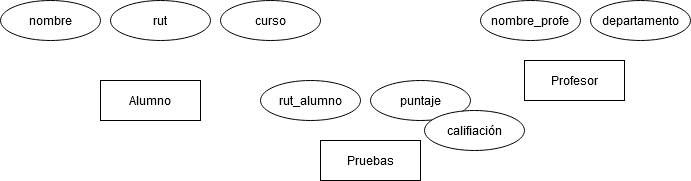
This is Caso2_modelos.png from gilibethvega/modelamiento_de_datos, a draw.io export, as it was before one commit. Source tidied: cells renumbered, new cells last; positions are measured from the earlier drawing's top-left corner, leaving out a move shared by most shapes.
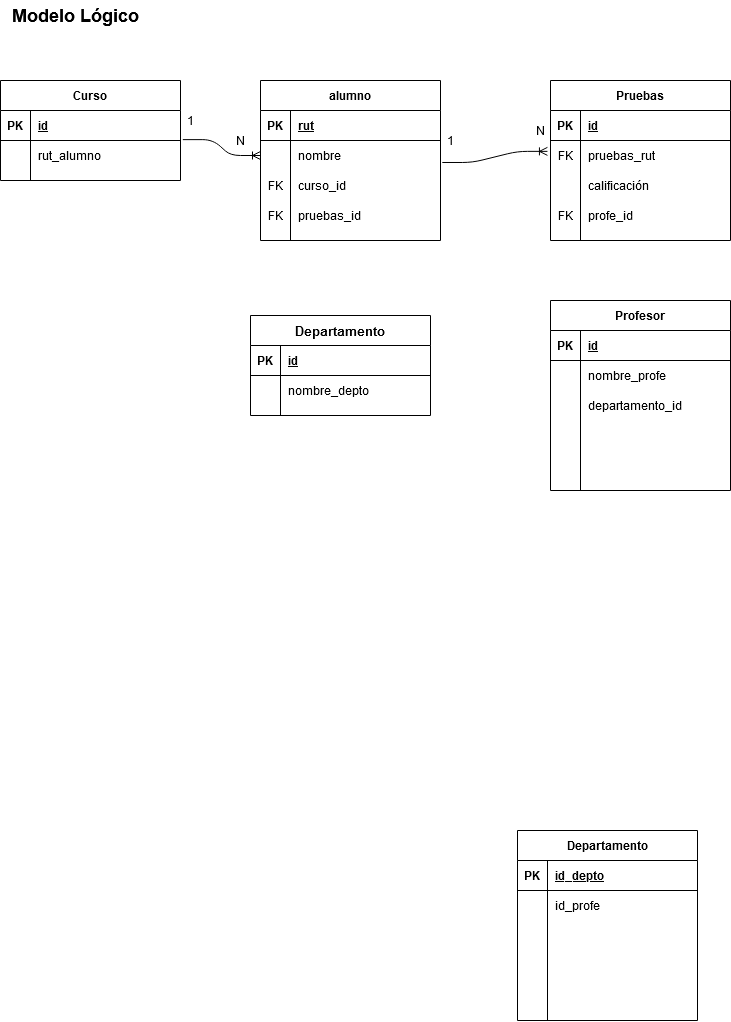
Above is the later version.

What changed in the source:
```diff
@@ -2,38 +2,244 @@
   <root>
     <mxCell id="0" />
     <mxCell id="1" parent="0" />
-    <mxCell id="2" value="Alumno" style="whiteSpace=wrap;html=1;align=center;" parent="1" vertex="1">
-      <mxGeometry x="100" y="80" width="100" height="40" as="geometry" />
-    </mxCell>
+    <mxCell id="13" value="alumno" style="shape=table;startSize=30;rowLines=0;fontStyle=1;align=center;" parent="1" vertex="1">
+      <mxGeometry x="253" y="80" width="180" height="160" as="geometry" />
+    </mxCell>
+    <mxCell id="14" style="shape=partialRectangle;fillColor=none;top=0;left=0;bottom=1;right=0;" parent="13" vertex="1">
+      <mxGeometry y="30" width="180" height="30" as="geometry" />
+    </mxCell>
+    <mxCell id="15" value="PK" style="shape=partialRectangle;fillColor=none;top=0;left=0;bottom=0;right=0;fontStyle=1;overflow=hidden;" parent="14" vertex="1">
+      <mxGeometry width="30" height="30" as="geometry" />
+    </mxCell>
+    <mxCell id="5" value="rut" style="shape=partialRectangle;fillColor=none;top=0;left=0;bottom=0;right=0;align=left;spacingLeft=6;fontStyle=5;overflow=hidden;" parent="14" vertex="1">
+      <mxGeometry x="30" width="150" height="30" as="geometry" />
+    </mxCell>
+    <mxCell id="16" style="shape=partialRectangle;fillColor=none;top=0;left=0;bottom=0;right=0;points=[[0,0.5],[1,0.5]];portConstraint=eastwest;" parent="13" vertex="1">
+      <mxGeometry y="60" width="180" height="30" as="geometry" />
+    </mxCell>
+    <mxCell id="17" style="shape=partialRectangle;fillColor=none;top=0;left=0;bottom=0;right=0;overflow=hidden;" parent="16" vertex="1">
+      <mxGeometry width="30" height="30" as="geometry" />
+    </mxCell>
+    <mxCell id="4" value="nombre" style="shape=partialRectangle;fillColor=none;top=0;left=0;bottom=0;right=0;align=left;spacingLeft=6;overflow=hidden;" parent="16" vertex="1">
+      <mxGeometry x="30" width="150" height="30" as="geometry" />
+    </mxCell>
+    <mxCell id="18" style="shape=partialRectangle;fillColor=none;top=0;left=0;bottom=0;right=0;" parent="13" vertex="1">
+      <mxGeometry y="90" width="180" height="30" as="geometry" />
+    </mxCell>
+    <mxCell id="19" value="FK" style="shape=partialRectangle;fillColor=none;top=0;left=0;bottom=0;right=0;fontStyle=0;overflow=hidden;" parent="18" vertex="1">
+      <mxGeometry width="30" height="30" as="geometry" />
+    </mxCell>
+    <mxCell id="20" value="curso_id" style="shape=partialRectangle;fillColor=none;top=0;left=0;bottom=0;right=0;align=left;spacingLeft=6;fontStyle=0;overflow=hidden;" parent="18" vertex="1">
+      <mxGeometry x="30" width="150" height="30" as="geometry" />
+    </mxCell>
+    <mxCell id="21" style="shape=partialRectangle;fillColor=none;top=0;left=0;bottom=0;right=0;" parent="13" vertex="1">
+      <mxGeometry y="120" width="180" height="30" as="geometry" />
+    </mxCell>
+    <mxCell id="22" value="FK" style="shape=partialRectangle;fillColor=none;top=0;left=0;bottom=0;right=0;fontStyle=0;overflow=hidden;" parent="21" vertex="1">
+      <mxGeometry width="30" height="30" as="geometry" />
+    </mxCell>
+    <mxCell id="23" value="pruebas_id" style="shape=partialRectangle;fillColor=none;top=0;left=0;bottom=0;right=0;align=left;spacingLeft=6;fontStyle=0;overflow=hidden;" parent="21" vertex="1">
+      <mxGeometry x="30" width="150" height="30" as="geometry" />
+    </mxCell>
+    <mxCell id="9" value="Pruebas" style="shape=table;startSize=30;rowLines=0;fontStyle=1;align=center;" parent="1" vertex="1">
+      <mxGeometry x="543" y="80" width="180" height="160" as="geometry" />
+    </mxCell>
+    <mxCell id="24" style="shape=partialRectangle;fillColor=none;top=0;left=0;bottom=1;right=0;" parent="9" vertex="1">
+      <mxGeometry y="30" width="180" height="30" as="geometry" />
+    </mxCell>
+    <mxCell id="25" value="PK" style="shape=partialRectangle;fillColor=none;top=0;left=0;bottom=0;right=0;fontStyle=1;overflow=hidden;" parent="24" vertex="1">
+      <mxGeometry width="30" height="30" as="geometry" />
+    </mxCell>
+    <mxCell id="26" value="id" style="shape=partialRectangle;fillColor=none;top=0;left=0;bottom=0;right=0;align=left;spacingLeft=6;fontStyle=5;overflow=hidden;" parent="24" vertex="1">
+      <mxGeometry x="30" width="150" height="30" as="geometry" />
+    </mxCell>
+    <mxCell id="27" style="shape=partialRectangle;fillColor=none;top=0;left=0;bottom=0;right=0;" parent="9" vertex="1">
+      <mxGeometry y="60" width="180" height="30" as="geometry" />
+    </mxCell>
+    <mxCell id="28" value="FK" style="shape=partialRectangle;fillColor=none;top=0;left=0;bottom=0;right=0;fontStyle=0;overflow=hidden;" parent="27" vertex="1">
+      <mxGeometry width="30" height="30" as="geometry" />
+    </mxCell>
+    <mxCell id="29" value="pruebas_rut" style="shape=partialRectangle;fillColor=none;top=0;left=0;bottom=0;right=0;align=left;spacingLeft=6;fontStyle=0;overflow=hidden;" parent="27" vertex="1">
+      <mxGeometry x="30" width="150" height="30" as="geometry" />
+    </mxCell>
+    <mxCell id="30" style="shape=partialRectangle;fillColor=none;top=0;left=0;bottom=0;right=0;" parent="9" vertex="1">
+      <mxGeometry y="90" width="180" height="30" as="geometry" />
+    </mxCell>
+    <mxCell id="31" style="shape=partialRectangle;fillColor=none;top=0;left=0;bottom=0;right=0;overflow=hidden;" parent="30" vertex="1">
+      <mxGeometry width="30" height="30" as="geometry" />
+    </mxCell>
+    <mxCell id="32" value="calificación" style="shape=partialRectangle;fillColor=none;top=0;left=0;bottom=0;right=0;align=left;spacingLeft=6;overflow=hidden;" parent="30" vertex="1">
+      <mxGeometry x="30" width="150" height="30" as="geometry" />
+    </mxCell>
+    <mxCell id="33" style="shape=partialRectangle;fillColor=none;top=0;left=0;bottom=0;right=0;" parent="9" vertex="1">
+      <mxGeometry y="120" width="180" height="30" as="geometry" />
+    </mxCell>
+    <mxCell id="34" value="FK" style="shape=partialRectangle;fillColor=none;top=0;left=0;bottom=0;right=0;fontStyle=0;overflow=hidden;" parent="33" vertex="1">
+      <mxGeometry width="30" height="30" as="geometry" />
+    </mxCell>
+    <mxCell id="35" value="profe_id" style="shape=partialRectangle;fillColor=none;top=0;left=0;bottom=0;right=0;align=left;spacingLeft=6;fontStyle=0;overflow=hidden;" parent="33" vertex="1">
+      <mxGeometry x="30" width="150" height="30" as="geometry" />
+    </mxCell>
-    <mxCell id="3" value="Profesor" style="whiteSpace=wrap;html=1;align=center;" parent="1" vertex="1">
-      <mxGeometry x="524" y="60" width="100" height="40" as="geometry" />
+    <mxCell id="3" value="Profesor" style="shape=table;startSize=30;rowLines=0;fontStyle=1;align=center;" parent="1" vertex="1">
+      <mxGeometry x="543" y="300" width="180" height="190" as="geometry" />
     </mxCell>
-    <mxCell id="4" value="nombre" style="ellipse;whiteSpace=wrap;html=1;align=center;" parent="1" vertex="1">
-      <mxGeometry width="100" height="40" as="geometry" />
-    </mxCell>
-    <mxCell id="5" value="rut" style="ellipse;whiteSpace=wrap;html=1;align=center;" parent="1" vertex="1">
-      <mxGeometry x="110" width="100" height="40" as="geometry" />
-    </mxCell>
+    <mxCell id="36" style="shape=partialRectangle;fillColor=none;top=0;left=0;bottom=1;right=0;" parent="3" vertex="1">
+      <mxGeometry y="30" width="180" height="30" as="geometry" />
+    </mxCell>
+    <mxCell id="37" value="PK" style="shape=partialRectangle;fillColor=none;top=0;left=0;bottom=0;right=0;fontStyle=1;overflow=hidden;" parent="36" vertex="1">
+      <mxGeometry width="30" height="30" as="geometry" />
+    </mxCell>
+    <mxCell id="38" value="id" style="shape=partialRectangle;fillColor=none;top=0;left=0;bottom=0;right=0;align=left;spacingLeft=6;fontStyle=5;overflow=hidden;" parent="36" vertex="1">
+      <mxGeometry x="30" width="150" height="30" as="geometry" />
+    </mxCell>
+    <mxCell id="39" style="shape=partialRectangle;fillColor=none;top=0;left=0;bottom=0;right=0;" parent="3" vertex="1">
+      <mxGeometry y="60" width="180" height="30" as="geometry" />
+    </mxCell>
+    <mxCell id="40" style="shape=partialRectangle;fillColor=none;top=0;left=0;bottom=0;right=0;overflow=hidden;" parent="39" vertex="1">
+      <mxGeometry width="30" height="30" as="geometry" />
+    </mxCell>
-    <mxCell id="6" value="nombre_profe" style="ellipse;whiteSpace=wrap;html=1;align=center;" parent="1" vertex="1">
-      <mxGeometry x="480" width="100" height="40" as="geometry" />
+    <mxCell id="6" value="nombre_profe" style="shape=partialRectangle;fillColor=none;top=0;left=0;bottom=0;right=0;align=left;spacingLeft=6;overflow=hidden;" parent="39" vertex="1">
+      <mxGeometry x="30" width="150" height="30" as="geometry" />
     </mxCell>
-    <mxCell id="7" value="departamento" style="ellipse;whiteSpace=wrap;html=1;align=center;" parent="1" vertex="1">
-      <mxGeometry x="590" width="100" height="40" as="geometry" />
-    </mxCell>
-    <mxCell id="8" value="curso" style="ellipse;whiteSpace=wrap;html=1;align=center;" parent="1" vertex="1">
-      <mxGeometry x="220" width="100" height="40" as="geometry" />
-    </mxCell>
-    <mxCell id="9" value="Pruebas" style="whiteSpace=wrap;html=1;align=center;" parent="1" vertex="1">
-      <mxGeometry x="320" y="140" width="100" height="40" as="geometry" />
-    </mxCell>
-    <mxCell id="10" value="puntaje" style="ellipse;whiteSpace=wrap;html=1;align=center;" parent="1" vertex="1">
-      <mxGeometry x="370" y="80" width="100" height="40" as="geometry" />
-    </mxCell>
-    <mxCell id="11" value="&lt;div&gt;califiación&lt;/div&gt;" style="ellipse;whiteSpace=wrap;html=1;align=center;" parent="1" vertex="1">
-      <mxGeometry x="424" y="110" width="100" height="40" as="geometry" />
-    </mxCell>
+    <mxCell id="41" style="shape=partialRectangle;fillColor=none;top=0;left=0;bottom=0;right=0;" parent="3" vertex="1">
+      <mxGeometry y="90" width="180" height="30" as="geometry" />
+    </mxCell>
+    <mxCell id="42" style="shape=partialRectangle;fillColor=none;top=0;left=0;bottom=0;right=0;overflow=hidden;" parent="41" vertex="1">
+      <mxGeometry width="30" height="30" as="geometry" />
+    </mxCell>
+    <mxCell id="43" value="departamento_id" style="shape=partialRectangle;fillColor=none;top=0;left=0;bottom=0;right=0;align=left;spacingLeft=6;overflow=hidden;" parent="41" vertex="1">
+      <mxGeometry x="30" width="150" height="30" as="geometry" />
+    </mxCell>
+    <mxCell id="44" style="shape=partialRectangle;fillColor=none;top=0;left=0;bottom=0;right=0;" parent="3" vertex="1">
+      <mxGeometry y="120" width="180" height="30" as="geometry" />
+    </mxCell>
+    <mxCell id="45" style="shape=partialRectangle;fillColor=none;top=0;left=0;bottom=0;right=0;fontStyle=0;overflow=hidden;" parent="44" vertex="1">
+      <mxGeometry width="30" height="30" as="geometry" />
+    </mxCell>
+    <mxCell id="46" style="shape=partialRectangle;fillColor=none;top=0;left=0;bottom=0;right=0;align=left;spacingLeft=6;fontStyle=0;overflow=hidden;" parent="44" vertex="1">
+      <mxGeometry x="30" width="150" height="30" as="geometry" />
+    </mxCell>
+    <mxCell id="47" style="shape=partialRectangle;fillColor=none;top=0;left=0;bottom=0;right=0;" parent="3" vertex="1">
+      <mxGeometry y="150" width="180" height="30" as="geometry" />
+    </mxCell>
+    <mxCell id="48" style="shape=partialRectangle;fillColor=none;top=0;left=0;bottom=0;right=0;overflow=hidden;" parent="47" vertex="1">
+      <mxGeometry width="30" height="30" as="geometry" />
+    </mxCell>
+    <mxCell id="49" style="shape=partialRectangle;fillColor=none;top=0;left=0;bottom=0;right=0;align=left;spacingLeft=6;overflow=hidden;" parent="47" vertex="1">
+      <mxGeometry x="30" width="150" height="30" as="geometry" />
+    </mxCell>
+    <mxCell id="50" value="Curso" style="shape=table;startSize=30;rowLines=0;fontStyle=1;align=center;" parent="1" vertex="1">
+      <mxGeometry x="-7" y="80" width="180" height="100" as="geometry" />
+    </mxCell>
+    <mxCell id="51" style="shape=partialRectangle;fillColor=none;top=0;left=0;bottom=1;right=0;" parent="50" vertex="1">
+      <mxGeometry y="30" width="180" height="30" as="geometry" />
+    </mxCell>
+    <mxCell id="52" value="PK" style="shape=partialRectangle;fillColor=none;top=0;left=0;bottom=0;right=0;fontStyle=1;overflow=hidden;" parent="51" vertex="1">
+      <mxGeometry width="30" height="30" as="geometry" />
+    </mxCell>
+    <mxCell id="53" value="id" style="shape=partialRectangle;fillColor=none;top=0;left=0;bottom=0;right=0;align=left;spacingLeft=6;fontStyle=5;overflow=hidden;" parent="51" vertex="1">
+      <mxGeometry x="30" width="150" height="30" as="geometry" />
+    </mxCell>
+    <mxCell id="54" style="shape=partialRectangle;fillColor=none;top=0;left=0;bottom=0;right=0;points=[[0,0.5],[1,0.5]];portConstraint=eastwest;" parent="50" vertex="1">
+      <mxGeometry y="60" width="180" height="30" as="geometry" />
+    </mxCell>
+    <mxCell id="55" style="shape=partialRectangle;fillColor=none;top=0;left=0;bottom=0;right=0;overflow=hidden;" parent="54" vertex="1">
+      <mxGeometry width="30" height="30" as="geometry" />
+    </mxCell>
-    <mxCell id="12" value="rut_alumno" style="ellipse;whiteSpace=wrap;html=1;align=center;" parent="1" vertex="1">
-      <mxGeometry x="260" y="80" width="100" height="40" as="geometry" />
+    <mxCell id="12" value="rut_alumno" style="shape=partialRectangle;fillColor=none;top=0;left=0;bottom=0;right=0;align=left;spacingLeft=6;overflow=hidden;" parent="54" vertex="1">
+      <mxGeometry x="30" width="150" height="30" as="geometry" />
     </mxCell>
+    <mxCell id="56" value="Departamento" style="shape=table;startSize=30;rowLines=0;fontStyle=1;align=center;" parent="1" vertex="1">
+      <mxGeometry x="510" y="830" width="180" height="190" as="geometry" />
+    </mxCell>
+    <mxCell id="57" style="shape=partialRectangle;fillColor=none;top=0;left=0;bottom=1;right=0;" parent="56" vertex="1">
+      <mxGeometry y="30" width="180" height="30" as="geometry" />
+    </mxCell>
+    <mxCell id="58" value="PK" style="shape=partialRectangle;fillColor=none;top=0;left=0;bottom=0;right=0;fontStyle=1;overflow=hidden;" parent="57" vertex="1">
+      <mxGeometry width="30" height="30" as="geometry" />
+    </mxCell>
+    <mxCell id="59" value="id_depto" style="shape=partialRectangle;fillColor=none;top=0;left=0;bottom=0;right=0;align=left;spacingLeft=6;fontStyle=5;overflow=hidden;" parent="57" vertex="1">
+      <mxGeometry x="30" width="150" height="30" as="geometry" />
+    </mxCell>
+    <mxCell id="60" style="shape=partialRectangle;fillColor=none;top=0;left=0;bottom=0;right=0;" parent="56" vertex="1">
+      <mxGeometry y="60" width="180" height="30" as="geometry" />
+    </mxCell>
+    <mxCell id="61" style="shape=partialRectangle;fillColor=none;top=0;left=0;bottom=0;right=0;overflow=hidden;" parent="60" vertex="1">
+      <mxGeometry width="30" height="30" as="geometry" />
+    </mxCell>
+    <mxCell id="62" value="id_profe" style="shape=partialRectangle;fillColor=none;top=0;left=0;bottom=0;right=0;align=left;spacingLeft=6;overflow=hidden;" parent="60" vertex="1">
+      <mxGeometry x="30" width="150" height="30" as="geometry" />
+    </mxCell>
+    <mxCell id="63" style="shape=partialRectangle;fillColor=none;top=0;left=0;bottom=0;right=0;" parent="56" vertex="1">
+      <mxGeometry y="90" width="180" height="30" as="geometry" />
+    </mxCell>
+    <mxCell id="64" style="shape=partialRectangle;fillColor=none;top=0;left=0;bottom=0;right=0;overflow=hidden;" parent="63" vertex="1">
+      <mxGeometry width="30" height="30" as="geometry" />
+    </mxCell>
+    <mxCell id="65" style="shape=partialRectangle;fillColor=none;top=0;left=0;bottom=0;right=0;align=left;spacingLeft=6;overflow=hidden;" parent="63" vertex="1">
+      <mxGeometry x="30" width="150" height="30" as="geometry" />
+    </mxCell>
+    <mxCell id="66" style="shape=partialRectangle;fillColor=none;top=0;left=0;bottom=0;right=0;" parent="56" vertex="1">
+      <mxGeometry y="120" width="180" height="30" as="geometry" />
+    </mxCell>
+    <mxCell id="67" style="shape=partialRectangle;fillColor=none;top=0;left=0;bottom=0;right=0;fontStyle=0;overflow=hidden;" parent="66" vertex="1">
+      <mxGeometry width="30" height="30" as="geometry" />
+    </mxCell>
+    <mxCell id="68" style="shape=partialRectangle;fillColor=none;top=0;left=0;bottom=0;right=0;align=left;spacingLeft=6;fontStyle=0;overflow=hidden;" parent="66" vertex="1">
+      <mxGeometry x="30" width="150" height="30" as="geometry" />
+    </mxCell>
+    <mxCell id="69" style="shape=partialRectangle;fillColor=none;top=0;left=0;bottom=0;right=0;" parent="56" vertex="1">
+      <mxGeometry y="150" width="180" height="30" as="geometry" />
+    </mxCell>
+    <mxCell id="70" style="shape=partialRectangle;fillColor=none;top=0;left=0;bottom=0;right=0;overflow=hidden;" parent="69" vertex="1">
+      <mxGeometry width="30" height="30" as="geometry" />
+    </mxCell>
+    <mxCell id="71" style="shape=partialRectangle;fillColor=none;top=0;left=0;bottom=0;right=0;align=left;spacingLeft=6;overflow=hidden;" parent="69" vertex="1">
+      <mxGeometry x="30" width="150" height="30" as="geometry" />
+    </mxCell>
+    <mxCell id="72" style="edgeStyle=entityRelationEdgeStyle;fontSize=12;html=1;endArrow=ERoneToMany;exitX=1.013;exitY=-0.029;exitDx=0;exitDy=0;exitPerimeter=0;" parent="1" edge="1" source="54" target="16">
+      <mxGeometry relative="1" as="geometry" />
+    </mxCell>
+    <mxCell id="73" style="edgeStyle=entityRelationEdgeStyle;fontSize=12;html=1;endArrow=ERoneToMany;entryX=-0.017;entryY=0.362;entryDx=0;entryDy=0;entryPerimeter=0;exitX=1.01;exitY=0.733;exitDx=0;exitDy=0;exitPerimeter=0;" parent="1" edge="1" source="16">
+      <mxGeometry relative="1" as="geometry">
+        <mxPoint x="539.9" y="150.9" as="targetPoint" />
+      </mxGeometry>
+    </mxCell>
+    <mxCell id="74" value="1" style="text;html=1;align=center;verticalAlign=middle;" parent="1" vertex="1">
+      <mxGeometry x="173" y="110" width="20" height="20" as="geometry" />
+    </mxCell>
+    <mxCell id="75" value="N" style="text;html=1;align=center;verticalAlign=middle;" parent="1" vertex="1">
+      <mxGeometry x="223" y="130" width="20" height="20" as="geometry" />
+    </mxCell>
+    <mxCell id="76" value="1" style="text;html=1;align=center;verticalAlign=middle;" parent="1" vertex="1">
+      <mxGeometry x="433" y="130" width="20" height="20" as="geometry" />
+    </mxCell>
+    <mxCell id="77" value="N" style="text;html=1;align=center;verticalAlign=middle;" parent="1" vertex="1">
+      <mxGeometry x="523" y="120" width="20" height="20" as="geometry" />
+    </mxCell>
+    <mxCell id="78" value="Modelo Lógico" style="text;html=1;align=center;verticalAlign=middle;fontSize=18;fontStyle=1;" parent="1" vertex="1">
+      <mxGeometry x="-7" width="150" height="30" as="geometry" />
+    </mxCell>
+    <mxCell id="79" value="Departamento" style="shape=table;startSize=30;rowLines=0;fontStyle=1;align=center;fontSize=13;" parent="1" vertex="1">
+      <mxGeometry x="243" y="315" width="180" height="100" as="geometry" />
+    </mxCell>
+    <mxCell id="80" style="shape=partialRectangle;fillColor=none;top=0;left=0;bottom=1;right=0;" parent="79" vertex="1">
+      <mxGeometry y="30" width="180" height="30" as="geometry" />
+    </mxCell>
+    <mxCell id="81" value="PK" style="shape=partialRectangle;fillColor=none;top=0;left=0;bottom=0;right=0;fontStyle=1;overflow=hidden;" parent="80" vertex="1">
+      <mxGeometry width="30" height="30" as="geometry" />
+    </mxCell>
+    <mxCell id="82" value="id" style="shape=partialRectangle;fillColor=none;top=0;left=0;bottom=0;right=0;align=left;spacingLeft=6;fontStyle=5;overflow=hidden;" parent="80" vertex="1">
+      <mxGeometry x="30" width="150" height="30" as="geometry" />
+    </mxCell>
+    <mxCell id="83" style="shape=partialRectangle;fillColor=none;top=0;left=0;bottom=0;right=0;" parent="79" vertex="1">
+      <mxGeometry y="60" width="180" height="30" as="geometry" />
+    </mxCell>
+    <mxCell id="84" style="shape=partialRectangle;fillColor=none;top=0;left=0;bottom=0;right=0;overflow=hidden;" parent="83" vertex="1">
+      <mxGeometry width="30" height="30" as="geometry" />
+    </mxCell>
+    <mxCell id="85" value="nombre_depto" style="shape=partialRectangle;fillColor=none;top=0;left=0;bottom=0;right=0;align=left;spacingLeft=6;overflow=hidden;" parent="83" vertex="1">
+      <mxGeometry x="30" width="150" height="30" as="geometry" />
+    </mxCell>
   </root>
 </mxGraphModel>
```
